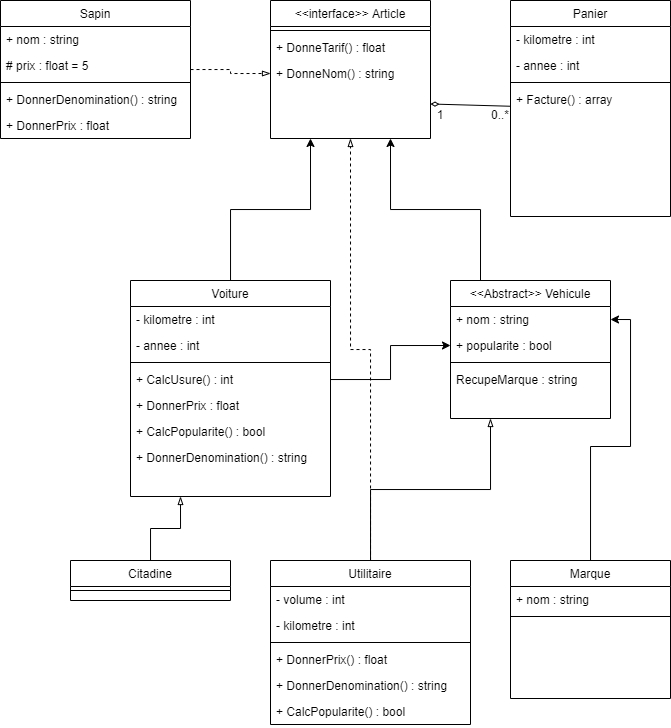
The draw.io diagram docs/diag.png in Fyolir/garage, before a commit. Source tidied: cells renumbered, new cells last; positions are measured from the earlier drawing's top-left corner, leaving out a move shared by most shapes.
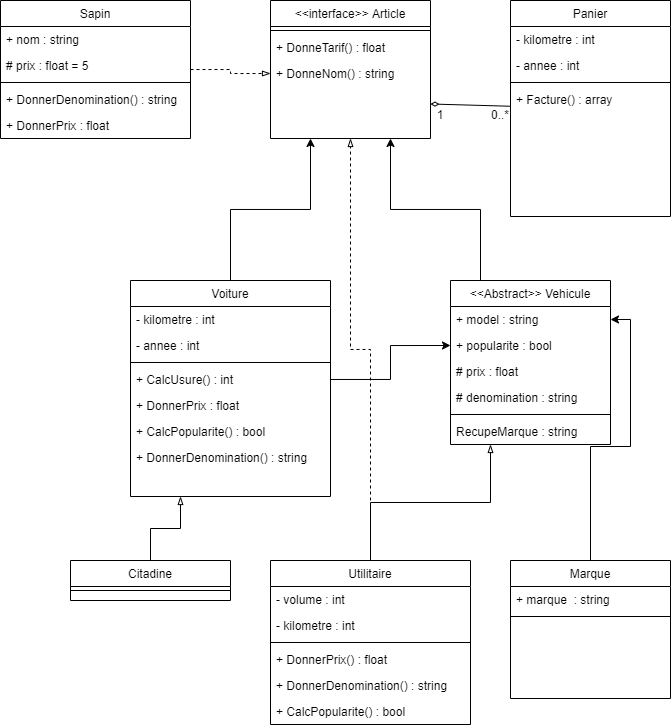
Later version of the same file.

Change to the diagram source:
```diff
@@ -20,26 +20,32 @@
     <mxCell id="7" value="Marque" style="swimlane;fontStyle=0;align=center;verticalAlign=top;horizontal=1;startSize=26;rounded=0;shadow=0;strokeWidth=1;" parent="1" vertex="1">
       <mxGeometry x="510" y="560" width="160" height="138" as="geometry" />
     </mxCell>
-    <mxCell id="8" value="+ nom : string" style="text;align=left;verticalAlign=top;spacingLeft=4;spacingRight=4;overflow=hidden;" parent="7" vertex="1">
+    <mxCell id="8" value="+ marque  : string" style="text;align=left;verticalAlign=top;spacingLeft=4;spacingRight=4;overflow=hidden;" parent="7" vertex="1">
       <mxGeometry y="26" width="160" height="26" as="geometry" />
     </mxCell>
     <mxCell id="9" style="line;html=1;strokeWidth=1;align=left;verticalAlign=middle;spacingTop=-1;spacingLeft=3;spacingRight=3;labelPosition=right;" parent="7" vertex="1">
       <mxGeometry y="52" width="160" height="8" as="geometry" />
     </mxCell>
     <mxCell id="10" value="&lt;&lt;Abstract&gt;&gt; Vehicule" style="swimlane;fontStyle=0;align=center;verticalAlign=top;horizontal=1;startSize=26;rounded=0;shadow=0;strokeWidth=1;" parent="1" vertex="1">
-      <mxGeometry x="450" y="280" width="160" height="138" as="geometry" />
+      <mxGeometry x="450" y="280" width="160" height="164" as="geometry" />
     </mxCell>
-    <mxCell id="11" value="+ nom : string" style="text;align=left;verticalAlign=top;spacingLeft=4;spacingRight=4;overflow=hidden;points=[[0,0.5],[1,0.5]];portConstraint=eastwest;" parent="10" vertex="1">
+    <mxCell id="11" value="+ model : string" style="text;align=left;verticalAlign=top;spacingLeft=4;spacingRight=4;overflow=hidden;points=[[0,0.5],[1,0.5]];portConstraint=eastwest;" parent="10" vertex="1">
       <mxGeometry y="26" width="160" height="26" as="geometry" />
     </mxCell>
     <mxCell id="12" value="+ popularite : bool" style="text;align=left;verticalAlign=top;spacingLeft=4;spacingRight=4;overflow=hidden;points=[[0,0.5],[1,0.5]];portConstraint=eastwest;" parent="10" vertex="1">
       <mxGeometry y="52" width="160" height="26" as="geometry" />
     </mxCell>
+    <mxCell id="53" value="# prix : float" style="text;align=left;verticalAlign=top;spacingLeft=4;spacingRight=4;overflow=hidden;" parent="10" vertex="1">
+      <mxGeometry y="78" width="160" height="26" as="geometry" />
+    </mxCell>
+    <mxCell id="54" value="# denomination : string" style="text;align=left;verticalAlign=top;spacingLeft=4;spacingRight=4;overflow=hidden;" parent="10" vertex="1">
+      <mxGeometry y="104" width="160" height="26" as="geometry" />
+    </mxCell>
     <mxCell id="13" style="line;html=1;strokeWidth=1;align=left;verticalAlign=middle;spacingTop=-1;spacingLeft=3;spacingRight=3;labelPosition=right;" parent="10" vertex="1">
-      <mxGeometry y="78" width="160" height="8" as="geometry" />
+      <mxGeometry y="130" width="160" height="8" as="geometry" />
     </mxCell>
     <mxCell id="14" value="RecupeMarque : string" style="text;align=left;verticalAlign=top;spacingLeft=4;spacingRight=4;overflow=hidden;" parent="10" vertex="1">
-      <mxGeometry y="86" width="160" height="26" as="geometry" />
+      <mxGeometry y="138" width="160" height="26" as="geometry" />
     </mxCell>
     <mxCell id="15" style="edgeStyle=orthogonalEdgeStyle;rounded=0;jettySize=auto;html=1;entryX=0.25;entryY=1;entryDx=0;entryDy=0;" parent="1" edge="1" source="16" target="2">
       <mxGeometry relative="1" as="geometry" />
```
